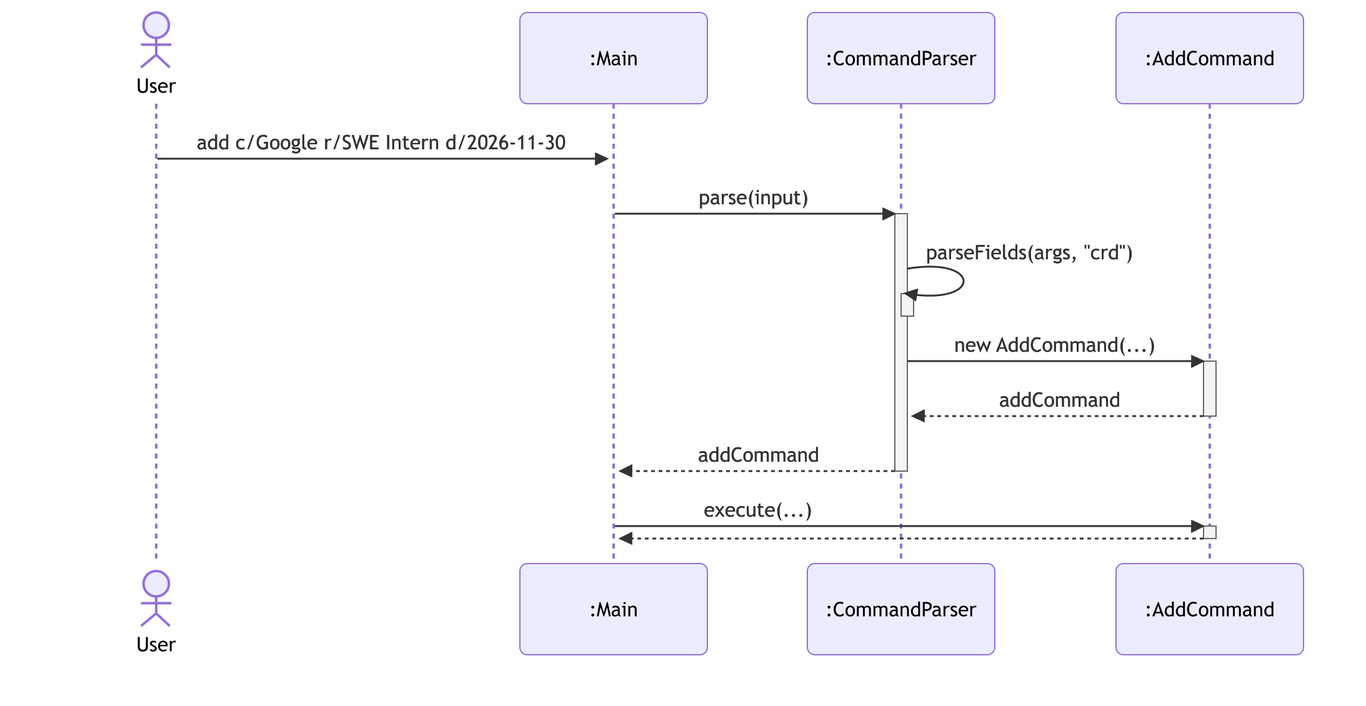
This is docs/diagrams/typed-command-sequence.png from AY2627S1-CS2113-T10-2/tp, a Mermaid export, as it was before one commit. Its source is kept beside it as docs/diagrams/sources/typed-command-sequence.mmd.
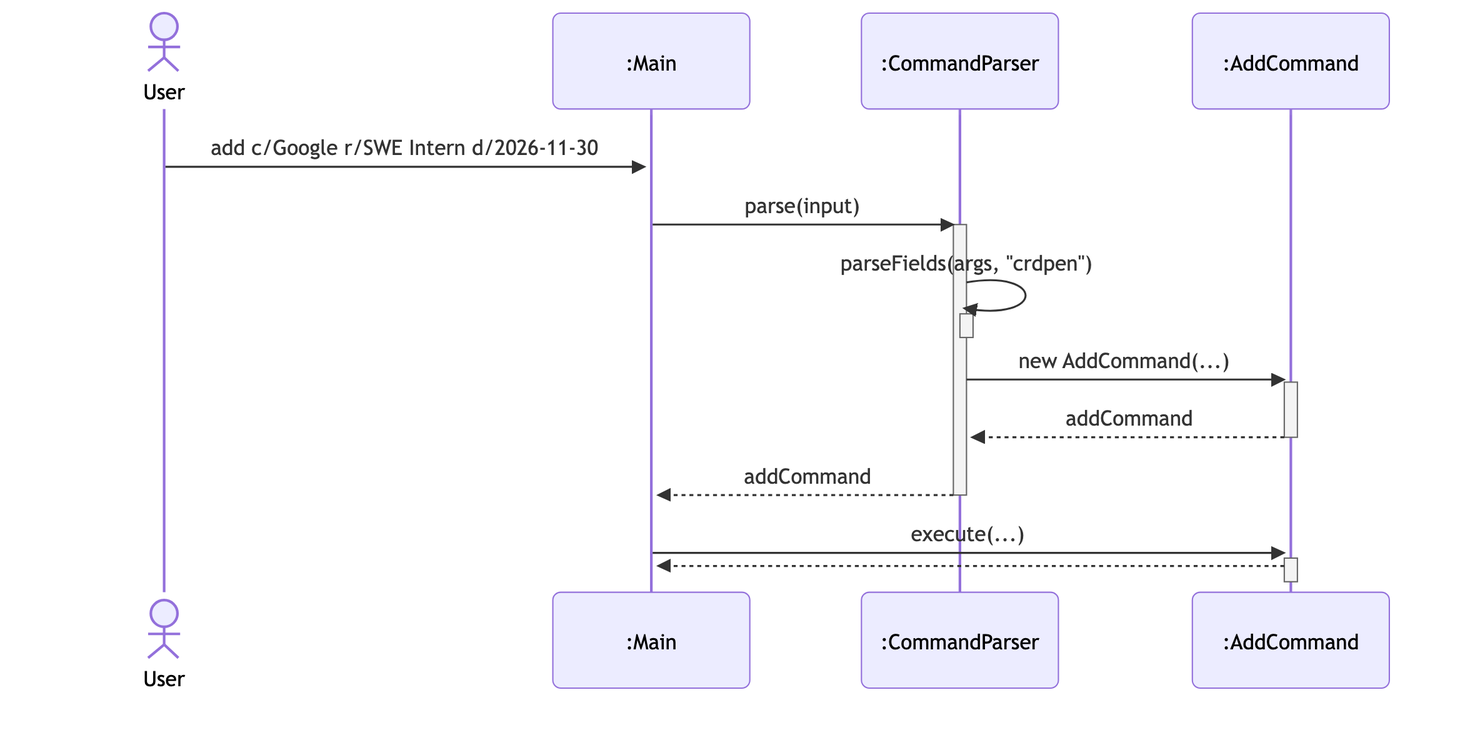
After the change.

What changed in the source:
```diff
@@ -8,7 +8,7 @@
     user->>main: add c/Google r/SWE Intern d/2026-11-30
     main->>parser: parse(input)
     activate parser
-    parser->>parser: parseFields(args, "crd")
+    parser->>parser: parseFields(args, "crdpen")
     activate parser
     deactivate parser
     parser->>cmd: new AddCommand(...)
```
